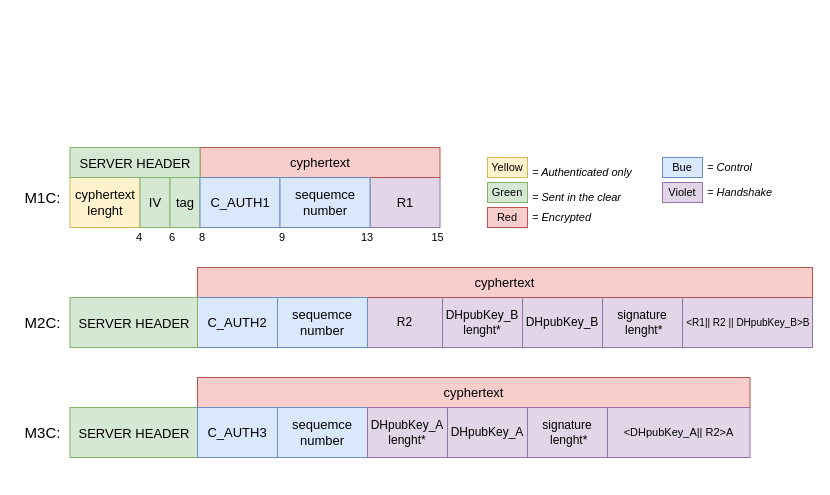
Earlier version of the draw.io diagram page "Pagina-4" (4 of 4) of schema/MsgScheme.drawio (gerti98/secureCom). Source tidied: cells renumbered, new cells numbered last; positions are measured from the earlier drawing's top-left corner, leaving out a move shared by most shapes. Both pictures are drawn from the tidied source at 100%, with x=0, y=0 at pixel (17, 147).
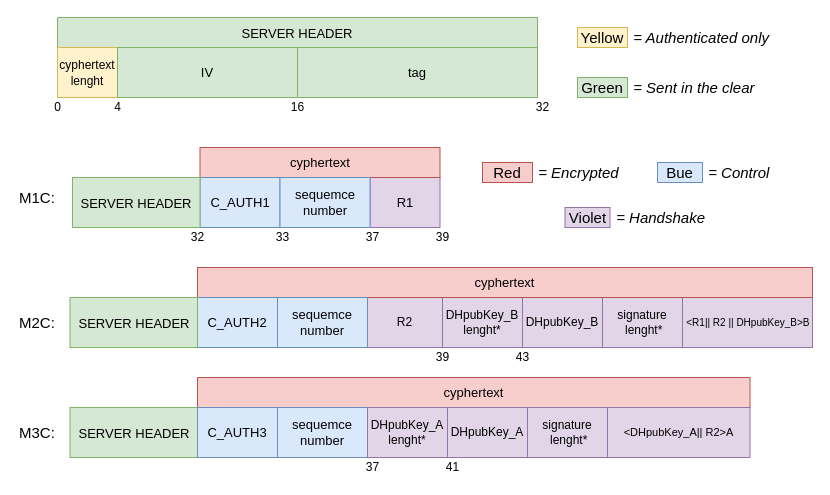
Above is the later version.

What changed in the source:
```diff
@@
-    <mxCell id="2" value="&lt;font style=&quot;font-size: 15px&quot;&gt;M1C:&lt;/font&gt;" style="text;html=1;align=center;verticalAlign=middle;fontSize=12;" parent="1" vertex="1">
+    <mxCell id="2" value="&lt;font style=&quot;font-size: 15px&quot;&gt;M1C:&lt;/font&gt;" style="text;html=1;align=left;verticalAlign=middle;fontSize=12;" parent="1" vertex="1">
       <mxGeometry y="40" width="50" height="20" as="geometry" />
     </mxCell>
@@
-    <mxCell id="7" value="&lt;font style=&quot;font-size: 15px&quot;&gt;M2C:&lt;/font&gt;" style="text;html=1;align=center;verticalAlign=middle;fontSize=12;" parent="1" vertex="1">
+    <mxCell id="7" value="&lt;font style=&quot;font-size: 15px&quot;&gt;M2C:&lt;/font&gt;" style="text;html=1;align=left;verticalAlign=middle;fontSize=12;" parent="1" vertex="1">
       <mxGeometry y="165" width="50" height="20" as="geometry" />
     </mxCell>
@@
-    <mxCell id="10" value="&lt;font style=&quot;font-size: 13px;&quot;&gt;cyphertext lenght&lt;/font&gt;" style="rounded=0;whiteSpace=wrap;html=1;fillColor=#fff2cc;strokeColor=#d6b656;fontSize=13;" parent="1" vertex="1">
-      <mxGeometry x="52.5" y="30" width="70" height="50" as="geometry" />
-    </mxCell>
-    <mxCell id="11" value="IV" style="rounded=0;whiteSpace=wrap;html=1;fillColor=#d5e8d4;strokeColor=#82b366;fontSize=13;" parent="1" vertex="1">
-      <mxGeometry x="122.5" y="30" width="30" height="50" as="geometry" />
-    </mxCell>
-    <mxCell id="12" value="tag" style="rounded=0;whiteSpace=wrap;html=1;fillColor=#d5e8d4;strokeColor=#82b366;fontSize=13;" parent="1" vertex="1">
-      <mxGeometry x="152.5" y="30" width="30" height="50" as="geometry" />
-    </mxCell>
@@
     <mxCell id="19" value="&lt;span style=&quot;font-size: 13px&quot;&gt;SERVER HEADER&lt;/span&gt;" style="rounded=0;whiteSpace=wrap;html=1;fillColor=#d5e8d4;strokeColor=#82b366;fontSize=15;" parent="1" vertex="1">
-      <mxGeometry x="52.5" width="130" height="30" as="geometry" />
+      <mxGeometry x="40" y="-130" width="480" height="30" as="geometry" />
     </mxCell>
@@
-    <mxCell id="29" value="&lt;font style=&quot;font-size: 15px&quot;&gt;M3C:&lt;/font&gt;" style="text;html=1;align=center;verticalAlign=middle;fontSize=12;" parent="1" vertex="1">
+    <mxCell id="29" value="&lt;font style=&quot;font-size: 15px&quot;&gt;M3C:&lt;/font&gt;" style="text;html=1;align=left;verticalAlign=middle;fontSize=12;" parent="1" vertex="1">
       <mxGeometry y="275" width="50" height="20" as="geometry" />
     </mxCell>
-    <mxCell id="30" value="4" style="text;html=1;strokeColor=none;fillColor=none;align=center;verticalAlign=middle;whiteSpace=wrap;rounded=0;fontSize=11;" parent="1" vertex="1">
-      <mxGeometry x="112.5" y="80" width="17.5" height="20" as="geometry" />
-    </mxCell>
-    <mxCell id="31" value="6" style="text;html=1;strokeColor=none;fillColor=none;align=center;verticalAlign=middle;whiteSpace=wrap;rounded=0;fontSize=11;" parent="1" vertex="1">
-      <mxGeometry x="140" y="80" width="30" height="20" as="geometry" />
-    </mxCell>
-    <mxCell id="32" value="8" style="text;html=1;strokeColor=none;fillColor=none;align=center;verticalAlign=middle;whiteSpace=wrap;rounded=0;fontSize=11;" parent="1" vertex="1">
-      <mxGeometry x="170" y="80" width="30" height="20" as="geometry" />
-    </mxCell>
-    <mxCell id="33" value="9" style="text;html=1;strokeColor=none;fillColor=none;align=center;verticalAlign=middle;whiteSpace=wrap;rounded=0;fontSize=11;" parent="1" vertex="1">
-      <mxGeometry x="260" y="80" width="10" height="20" as="geometry" />
-    </mxCell>
-    <mxCell id="34" value="13" style="text;html=1;strokeColor=none;fillColor=none;align=center;verticalAlign=middle;whiteSpace=wrap;rounded=0;fontSize=11;" parent="1" vertex="1">
-      <mxGeometry x="340" y="80" width="20" height="20" as="geometry" />
-    </mxCell>
-    <mxCell id="35" value="15" style="text;html=1;align=center;verticalAlign=middle;fontSize=11;" parent="1" vertex="1">
-      <mxGeometry x="405" y="80" width="30" height="20" as="geometry" />
-    </mxCell>
-    <mxCell id="36" value="Yellow" style="text;html=1;strokeColor=#d6b656;fillColor=#fff2cc;align=center;verticalAlign=middle;whiteSpace=wrap;rounded=0;fontSize=11;" parent="1" vertex="1">
-      <mxGeometry x="470" y="10" width="40" height="20" as="geometry" />
+    <mxCell id="36" value="Yellow" style="text;html=1;strokeColor=#d6b656;fillColor=#fff2cc;align=center;verticalAlign=middle;whiteSpace=wrap;rounded=0;fontSize=15;" parent="1" vertex="1">
+      <mxGeometry x="560" y="-120" width="50" height="20" as="geometry" />
     </mxCell>
-    <mxCell id="37" value="&amp;nbsp;= Authenticated only" style="text;html=1;strokeColor=none;fillColor=none;align=left;verticalAlign=middle;whiteSpace=wrap;rounded=0;fontSize=11;fontStyle=2;spacingRight=4;perimeterSpacing=4;" parent="1" vertex="1">
-      <mxGeometry x="510" y="15" width="110" height="20" as="geometry" />
+    <mxCell id="37" value="&amp;nbsp;= Authenticated only" style="text;html=1;strokeColor=none;fillColor=none;align=left;verticalAlign=middle;whiteSpace=wrap;rounded=0;fontSize=15;fontStyle=2;spacingRight=4;perimeterSpacing=4;" parent="1" vertex="1">
+      <mxGeometry x="610" y="-120" width="160" height="20" as="geometry" />
     </mxCell>
-    <mxCell id="38" value="Green" style="text;html=1;strokeColor=#82b366;fillColor=#d5e8d4;align=center;verticalAlign=middle;whiteSpace=wrap;rounded=0;fontSize=11;" parent="1" vertex="1">
-      <mxGeometry x="470" y="35" width="40" height="20" as="geometry" />
+    <mxCell id="38" value="Green" style="text;html=1;strokeColor=#82b366;fillColor=#d5e8d4;align=center;verticalAlign=middle;whiteSpace=wrap;rounded=0;fontSize=15;" parent="1" vertex="1">
+      <mxGeometry x="560" y="-70" width="50" height="20" as="geometry" />
     </mxCell>
-    <mxCell id="39" value="&amp;nbsp;= Sent in the clear" style="text;html=1;strokeColor=none;fillColor=none;align=left;verticalAlign=middle;whiteSpace=wrap;rounded=0;fontSize=11;fontStyle=2;" parent="1" vertex="1">
-      <mxGeometry x="510" y="40" width="110" height="20" as="geometry" />
+    <mxCell id="39" value="&amp;nbsp;= Sent in the clear" style="text;html=1;strokeColor=none;fillColor=none;align=left;verticalAlign=middle;whiteSpace=wrap;rounded=0;fontSize=15;fontStyle=2;" parent="1" vertex="1">
+      <mxGeometry x="610" y="-70" width="140" height="20" as="geometry" />
     </mxCell>
-    <mxCell id="40" value="Bue" style="text;html=1;strokeColor=#6c8ebf;fillColor=#dae8fc;align=center;verticalAlign=middle;whiteSpace=wrap;rounded=0;fontSize=11;" parent="1" vertex="1">
-      <mxGeometry x="645" y="10" width="40" height="20" as="geometry" />
+    <mxCell id="40" value="Bue" style="text;html=1;strokeColor=#6c8ebf;fillColor=#dae8fc;align=center;verticalAlign=middle;whiteSpace=wrap;rounded=0;fontSize=15;" parent="1" vertex="1">
+      <mxGeometry x="640" y="15" width="45" height="20" as="geometry" />
     </mxCell>
-    <mxCell id="41" value="&amp;nbsp;= Control" style="text;html=1;strokeColor=none;fillColor=none;align=left;verticalAlign=middle;whiteSpace=wrap;rounded=0;fontSize=11;fontStyle=2;" parent="1" vertex="1">
-      <mxGeometry x="685" y="10" width="110" height="20" as="geometry" />
+    <mxCell id="41" value="&amp;nbsp;= Control" style="text;html=1;strokeColor=none;fillColor=none;align=left;verticalAlign=middle;whiteSpace=wrap;rounded=0;fontSize=15;fontStyle=2;" parent="1" vertex="1">
+      <mxGeometry x="685" y="15" width="110" height="20" as="geometry" />
     </mxCell>
-    <mxCell id="42" value="Violet" style="text;html=1;strokeColor=#9673a6;fillColor=#e1d5e7;align=center;verticalAlign=middle;whiteSpace=wrap;rounded=0;fontSize=11;" parent="1" vertex="1">
-      <mxGeometry x="645" y="35" width="40" height="20" as="geometry" />
+    <mxCell id="42" value="Violet" style="text;html=1;strokeColor=#9673a6;fillColor=#e1d5e7;align=center;verticalAlign=middle;whiteSpace=wrap;rounded=0;fontSize=15;" parent="1" vertex="1">
+      <mxGeometry x="547.5" y="60" width="45" height="20" as="geometry" />
     </mxCell>
-    <mxCell id="43" value="&amp;nbsp;= Encrypted" style="text;html=1;strokeColor=none;fillColor=none;align=left;verticalAlign=middle;whiteSpace=wrap;rounded=0;fontSize=11;fontStyle=2;" parent="1" vertex="1">
-      <mxGeometry x="510" y="60" width="110" height="20" as="geometry" />
+    <mxCell id="43" value="&amp;nbsp;= Encrypted" style="text;html=1;strokeColor=none;fillColor=none;align=left;verticalAlign=middle;whiteSpace=wrap;rounded=0;fontSize=15;fontStyle=2;" parent="1" vertex="1">
+      <mxGeometry x="515" y="15" width="110" height="20" as="geometry" />
     </mxCell>
-    <mxCell id="44" value="Red" style="text;html=1;strokeColor=#b85450;fillColor=#f8cecc;align=center;verticalAlign=middle;whiteSpace=wrap;rounded=0;fontSize=11;" parent="1" vertex="1">
-      <mxGeometry x="470" y="60" width="40" height="20" as="geometry" />
+    <mxCell id="44" value="Red" style="text;html=1;strokeColor=#b85450;fillColor=#f8cecc;align=center;verticalAlign=middle;whiteSpace=wrap;rounded=0;fontSize=15;" parent="1" vertex="1">
+      <mxGeometry x="465" y="15" width="50" height="20" as="geometry" />
     </mxCell>
-    <mxCell id="45" value="&amp;nbsp;= Handshake" style="text;html=1;strokeColor=none;fillColor=none;align=left;verticalAlign=middle;whiteSpace=wrap;rounded=0;fontSize=11;fontStyle=2;" parent="1" vertex="1">
-      <mxGeometry x="685" y="35" width="110" height="20" as="geometry" />
+    <mxCell id="45" value="&amp;nbsp;= Handshake" style="text;html=1;strokeColor=none;fillColor=none;align=left;verticalAlign=middle;whiteSpace=wrap;rounded=0;fontSize=15;fontStyle=2;" parent="1" vertex="1">
+      <mxGeometry x="592.5" y="60" width="110" height="20" as="geometry" />
     </mxCell>
+    <mxCell id="46" value="32" style="text;html=1;align=center;verticalAlign=middle;" parent="1" vertex="1">
+      <mxGeometry x="510" y="-50" width="30" height="20" as="geometry" />
+    </mxCell>
+    <mxCell id="10" value="&lt;font style=&quot;font-size: 12px&quot;&gt;cyphertext lenght&lt;/font&gt;" style="rounded=0;whiteSpace=wrap;html=1;fillColor=#fff2cc;strokeColor=#d6b656;fontSize=13;" parent="1" vertex="1">
+      <mxGeometry x="40" y="-100" width="60" height="50" as="geometry" />
+    </mxCell>
+    <mxCell id="11" value="IV" style="rounded=0;whiteSpace=wrap;html=1;fillColor=#d5e8d4;strokeColor=#82b366;fontSize=13;" parent="1" vertex="1">
+      <mxGeometry x="100" y="-100" width="180" height="50" as="geometry" />
+    </mxCell>
+    <mxCell id="12" value="tag" style="rounded=0;whiteSpace=wrap;html=1;fillColor=#d5e8d4;strokeColor=#82b366;fontSize=13;" parent="1" vertex="1">
+      <mxGeometry x="280" y="-100" width="240" height="50" as="geometry" />
+    </mxCell>
+    <mxCell id="47" value="0" style="text;html=1;align=center;verticalAlign=middle;" parent="1" vertex="1">
+      <mxGeometry x="30" y="-50" width="20" height="20" as="geometry" />
+    </mxCell>
+    <mxCell id="30" value="4" style="text;html=1;align=center;verticalAlign=middle;" parent="1" vertex="1">
+      <mxGeometry x="90" y="-50" width="20" height="20" as="geometry" />
+    </mxCell>
+    <mxCell id="48" value="16" style="text;html=1;align=center;verticalAlign=middle;" parent="1" vertex="1">
+      <mxGeometry x="265" y="-50" width="30" height="20" as="geometry" />
+    </mxCell>
+    <mxCell id="49" value="&lt;span style=&quot;font-size: 13px&quot;&gt;SERVER HEADER&lt;/span&gt;" style="rounded=0;whiteSpace=wrap;html=1;fillColor=#d5e8d4;strokeColor=#82b366;fontSize=15;" parent="1" vertex="1">
+      <mxGeometry x="55" y="30" width="127.5" height="50" as="geometry" />
+    </mxCell>
+    <mxCell id="50" value="32" style="text;html=1;align=center;verticalAlign=middle;" parent="1" vertex="1">
+      <mxGeometry x="165" y="80" width="30" height="20" as="geometry" />
+    </mxCell>
+    <mxCell id="51" value="33" style="text;html=1;align=center;verticalAlign=middle;" parent="1" vertex="1">
+      <mxGeometry x="250" y="80" width="30" height="20" as="geometry" />
+    </mxCell>
+    <mxCell id="52" value="37" style="text;html=1;align=center;verticalAlign=middle;" parent="1" vertex="1">
+      <mxGeometry x="340" y="80" width="30" height="20" as="geometry" />
+    </mxCell>
+    <mxCell id="53" value="39" style="text;html=1;align=center;verticalAlign=middle;" parent="1" vertex="1">
+      <mxGeometry x="410" y="80" width="30" height="20" as="geometry" />
+    </mxCell>
+    <mxCell id="54" value="39" style="text;html=1;align=center;verticalAlign=middle;" parent="1" vertex="1">
+      <mxGeometry x="410" y="200" width="30" height="20" as="geometry" />
+    </mxCell>
+    <mxCell id="55" value="43" style="text;html=1;align=center;verticalAlign=middle;" parent="1" vertex="1">
+      <mxGeometry x="490" y="200" width="30" height="20" as="geometry" />
+    </mxCell>
+    <mxCell id="56" value="37" style="text;html=1;align=center;verticalAlign=middle;" parent="1" vertex="1">
+      <mxGeometry x="340" y="310" width="30" height="20" as="geometry" />
+    </mxCell>
+    <mxCell id="57" value="41" style="text;html=1;align=center;verticalAlign=middle;" parent="1" vertex="1">
+      <mxGeometry x="420" y="310" width="30" height="20" as="geometry" />
+    </mxCell>
```
